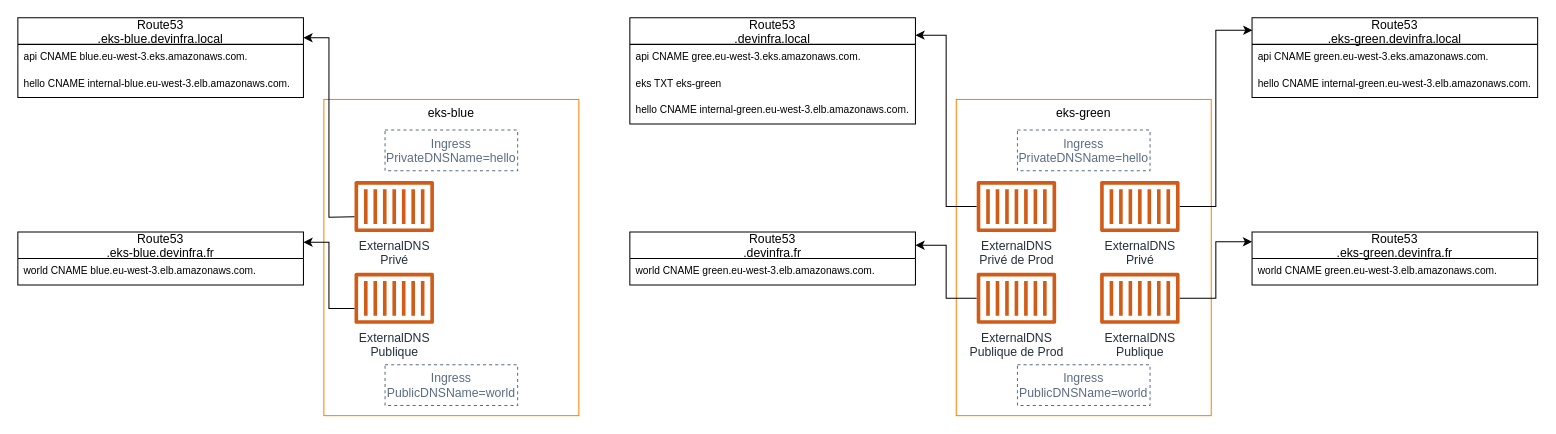
This is content/post/2021/architecture/eks/images/start-ingress-eks-green.drawio from etf1/etf1.github.io, a draw.io file, before an edit. Source tidied: cells renumbered, new cells numbered last; positions are measured from the earlier drawing's top-left corner, leaving out a move shared by most shapes. Both pictures are drawn from the tidied source at 102%, with x=0, y=0 at pixel (17, 17).
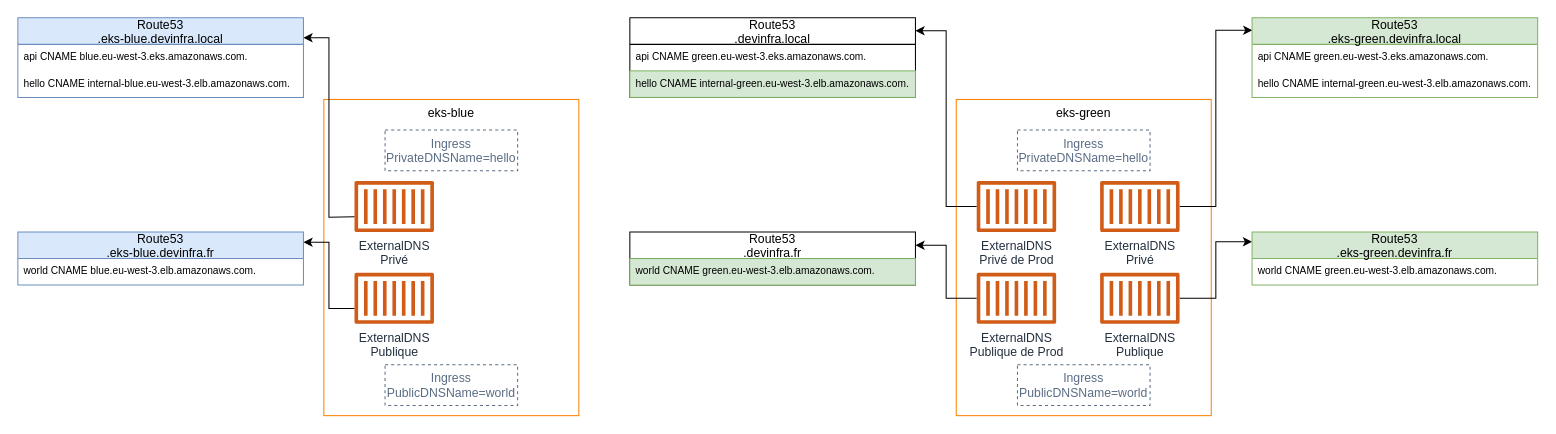
After the change.

Unchanged cells that the change refers to:
```xml
<mxCell id="30" value="Route53&#10;.devinfra.fr" style="swimlane;fontStyle=0;horizontal=1;startSize=26;fillColor=none;" parent="1" vertex="1">
  <mxGeometry x="600" y="210" width="280" height="52" as="geometry" />
</mxCell>
```

What changed in the source:
```diff
@@
-    <mxCell id="14" value="Route53&#10;.eks-blue.devinfra.local" style="swimlane;fontStyle=0;horizontal=1;startSize=26;fillColor=none;" parent="1" vertex="1">
+    <mxCell id="14" value="Route53&#10;.eks-blue.devinfra.local" style="swimlane;fontStyle=0;horizontal=1;startSize=26;fillColor=#dae8fc;strokeColor=#6c8ebf;" parent="1" vertex="1">
       <mxGeometry width="280" height="78" as="geometry" />
     </mxCell>
@@
-    <mxCell id="17" value="Route53&#10;.eks-blue.devinfra.fr" style="swimlane;fontStyle=0;horizontal=1;startSize=26;fillColor=none;" parent="1" vertex="1">
+    <mxCell id="17" value="Route53&#10;.eks-blue.devinfra.fr" style="swimlane;fontStyle=0;horizontal=1;startSize=26;fillColor=#dae8fc;strokeColor=#6c8ebf;" parent="1" vertex="1">
       <mxGeometry y="210" width="280" height="52" as="geometry" />
     </mxCell>
@@
-    <mxCell id="21" value="Route53&#10;.eks-green.devinfra.local" style="swimlane;fontStyle=0;horizontal=1;startSize=26;fillColor=none;" parent="1" vertex="1">
+    <mxCell id="21" value="Route53&#10;.eks-green.devinfra.local" style="swimlane;fontStyle=0;horizontal=1;startSize=26;fillColor=#d5e8d4;strokeColor=#82b366;" parent="1" vertex="1">
       <mxGeometry x="1210" width="280" height="78" as="geometry" />
     </mxCell>
@@
-    <mxCell id="24" value="Route53&#10;.eks-green.devinfra.fr" style="swimlane;fontStyle=0;horizontal=1;startSize=26;fillColor=none;" parent="1" vertex="1">
+    <mxCell id="24" value="Route53&#10;.eks-green.devinfra.fr" style="swimlane;fontStyle=0;horizontal=1;startSize=26;fillColor=#d5e8d4;strokeColor=#82b366;" parent="1" vertex="1">
       <mxGeometry x="1210" y="210" width="280" height="52" as="geometry" />
     </mxCell>
@@
     <mxCell id="26" value="Route53&#10;.devinfra.local" style="swimlane;fontStyle=0;horizontal=1;startSize=26;fillColor=none;" parent="1" vertex="1">
-      <mxGeometry x="600" width="280" height="104" as="geometry" />
+      <mxGeometry x="600" width="280" height="78" as="geometry" />
     </mxCell>
-    <mxCell id="27" value="api CNAME gree.eu-west-3.eks.amazonaws.com." style="text;strokeColor=none;fillColor=none;align=left;verticalAlign=top;spacingLeft=4;spacingRight=4;overflow=hidden;fontSize=10;" parent="26" vertex="1">
+    <mxCell id="27" value="api CNAME green.eu-west-3.eks.amazonaws.com." style="text;align=left;verticalAlign=top;spacingLeft=4;spacingRight=4;overflow=hidden;fontSize=10;" parent="26" vertex="1">
       <mxGeometry y="26" width="280" height="26" as="geometry" />
     </mxCell>
-    <mxCell id="28" value="eks TXT eks-green" style="text;strokeColor=none;fillColor=none;align=left;verticalAlign=top;spacingLeft=4;spacingRight=4;overflow=hidden;fontSize=10;" parent="26" vertex="1">
-      <mxGeometry y="52" width="280" height="26" as="geometry" />
-    </mxCell>
-    <mxCell id="29" value="hello CNAME internal-green.eu-west-3.elb.amazonaws.com." style="text;strokeColor=none;fillColor=none;align=left;verticalAlign=top;spacingLeft=4;spacingRight=4;overflow=hidden;fontSize=10;" parent="26" vertex="1">
-      <mxGeometry y="78" width="280" height="26" as="geometry" />
+    <mxCell id="29" value="hello CNAME internal-green.eu-west-3.elb.amazonaws.com." style="text;strokeColor=#82b366;fillColor=#d5e8d4;align=left;verticalAlign=top;spacingLeft=4;spacingRight=4;overflow=hidden;fontSize=10;" parent="26" vertex="1">
+      <mxGeometry y="52" width="280" height="26" as="geometry" />
     </mxCell>
@@
-    <mxCell id="31" value="world CNAME green.eu-west-3.elb.amazonaws.com." style="text;strokeColor=none;fillColor=none;align=left;verticalAlign=top;spacingLeft=4;spacingRight=4;overflow=hidden;fontSize=10;" parent="30" vertex="1">
+    <mxCell id="31" value="world CNAME green.eu-west-3.elb.amazonaws.com." style="text;strokeColor=#82b366;fillColor=#d5e8d4;align=left;verticalAlign=top;spacingLeft=4;spacingRight=4;overflow=hidden;fontSize=10;" parent="30" vertex="1">
       <mxGeometry y="26" width="280" height="26" as="geometry" />
     </mxCell>
```
